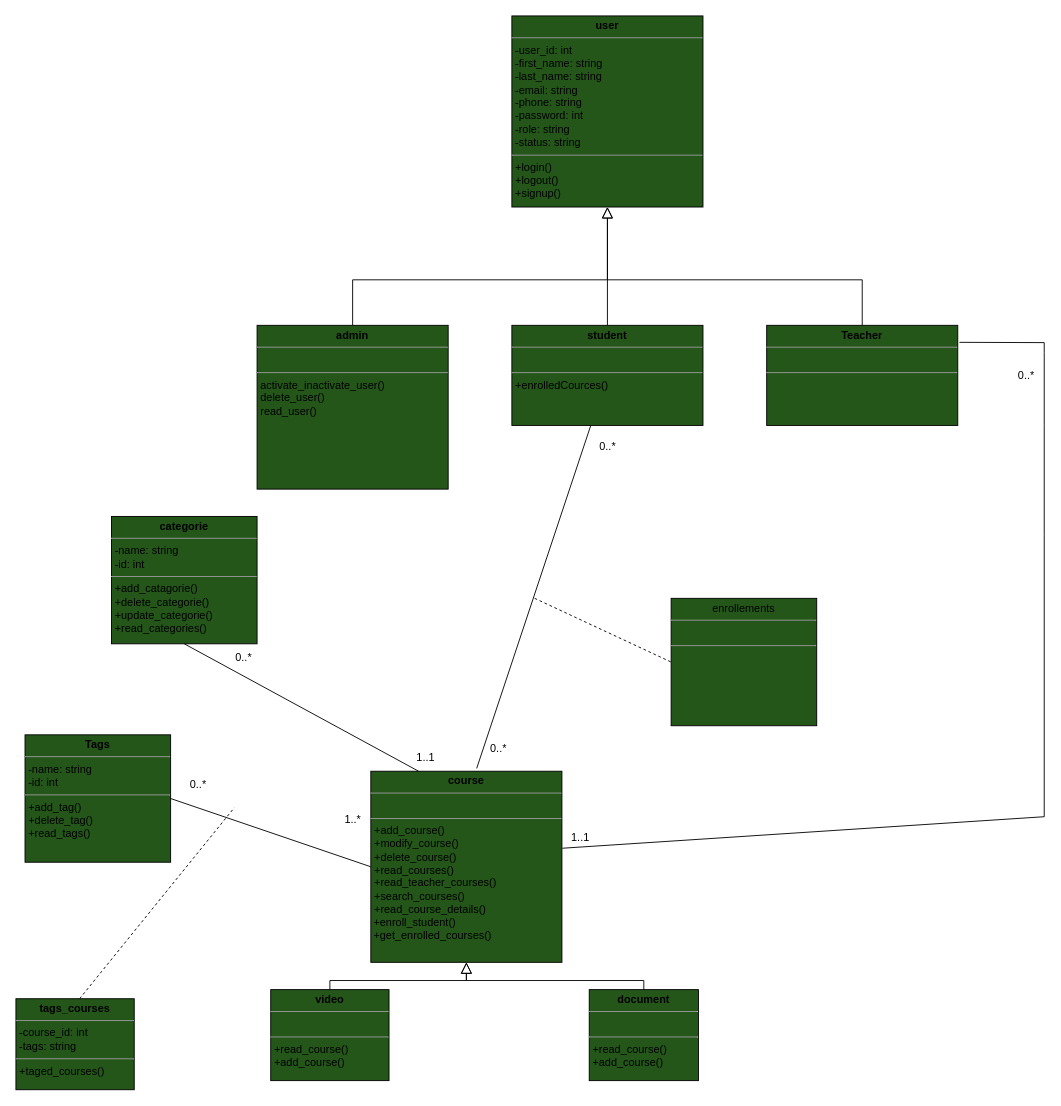
Before: UML/diagramme_de_classe.drawio in Abderrahman-Ahouari/brief-crois-e-2-Plateforme-de-Cours-en-Ligne-Youdemy, a draw.io diagram. Source tidied: cells renumbered, new cells numbered last; positions are measured from the earlier drawing's top-left corner, leaving out a move shared by most shapes. Both pictures are drawn from the tidied source at 91%, with x=0, y=0 at pixel (15, 15).
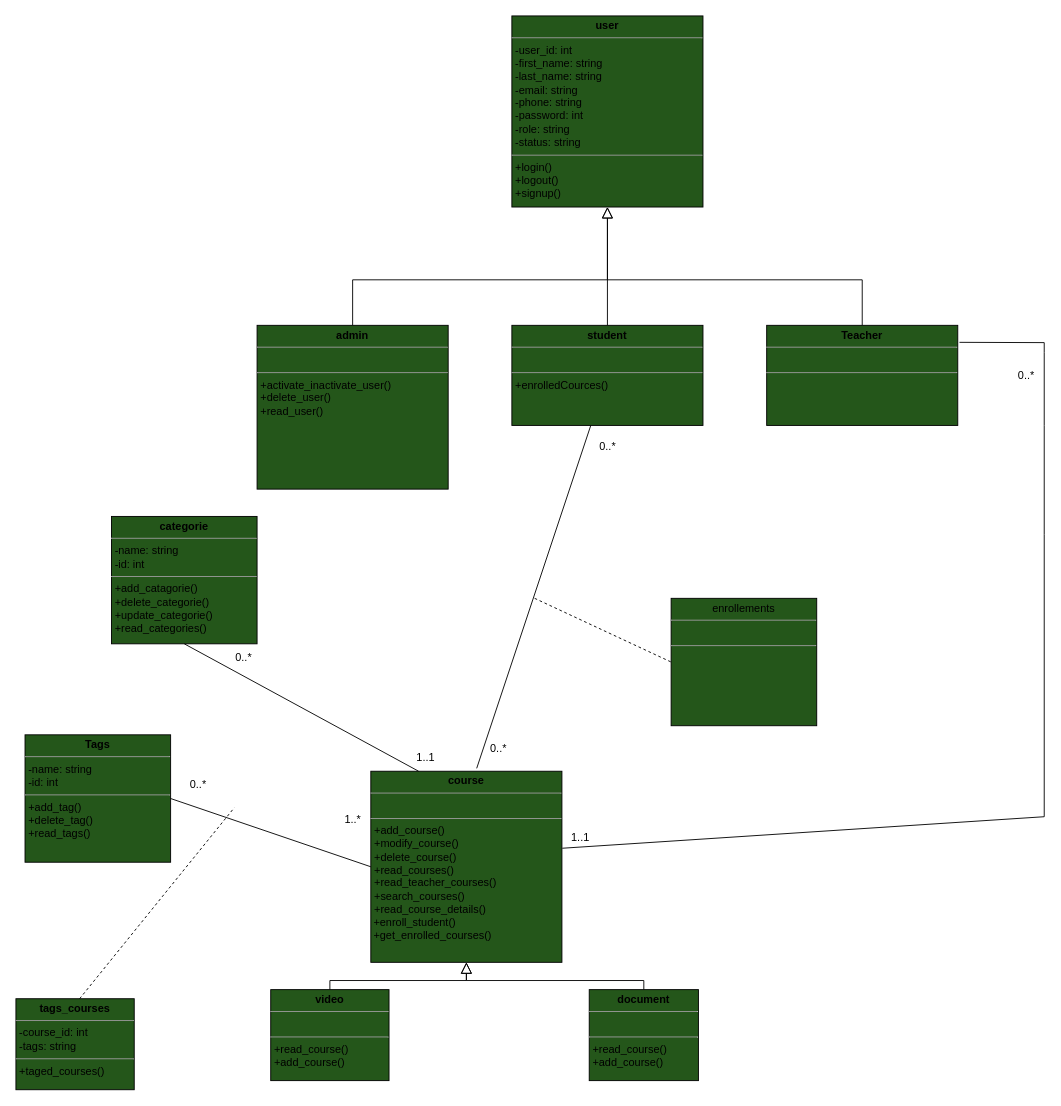
After the change.

Diff of the diagram source:
```diff
@@
-    <mxCell id="6" value="&lt;p style=&quot;margin:0px;margin-top:4px;text-align:center;&quot;&gt;&lt;b&gt;admin&lt;/b&gt;&lt;/p&gt;&lt;hr size=&quot;1&quot;&gt;&lt;p style=&quot;margin:0px;margin-left:4px;&quot;&gt;&lt;br&gt;&lt;/p&gt;&lt;hr size=&quot;1&quot;&gt;&lt;p style=&quot;margin:0px;margin-left:4px;&quot;&gt;&lt;span style=&quot;background-color: initial;&quot;&gt;activate_inactivate_user()&lt;/span&gt;&lt;br&gt;&lt;/p&gt;&lt;p style=&quot;margin: 0px 0px 0px 4px;&quot;&gt;delete_user()&lt;/p&gt;&lt;p style=&quot;margin: 0px 0px 0px 4px;&quot;&gt;read_user()&lt;/p&gt;" style="verticalAlign=top;align=left;overflow=fill;fontSize=12;fontFamily=Helvetica;html=1;fillColor=#24561A;" parent="1" vertex="1">
+    <mxCell id="6" value="&lt;p style=&quot;margin:0px;margin-top:4px;text-align:center;&quot;&gt;&lt;b&gt;admin&lt;/b&gt;&lt;/p&gt;&lt;hr size=&quot;1&quot;&gt;&lt;p style=&quot;margin:0px;margin-left:4px;&quot;&gt;&lt;br&gt;&lt;/p&gt;&lt;hr size=&quot;1&quot;&gt;&lt;p style=&quot;margin:0px;margin-left:4px;&quot;&gt;&lt;span style=&quot;background-color: initial;&quot;&gt;+activate_inactivate_user()&lt;/span&gt;&lt;br&gt;&lt;/p&gt;&lt;p style=&quot;margin: 0px 0px 0px 4px;&quot;&gt;+delete_user()&lt;/p&gt;&lt;p style=&quot;margin: 0px 0px 0px 4px;&quot;&gt;+read_user()&lt;/p&gt;" style="verticalAlign=top;align=left;overflow=fill;fontSize=12;fontFamily=Helvetica;html=1;fillColor=#24561A;" parent="1" vertex="1">
       <mxGeometry x="265" y="340" width="210" height="180" as="geometry" />
     </mxCell>
```
